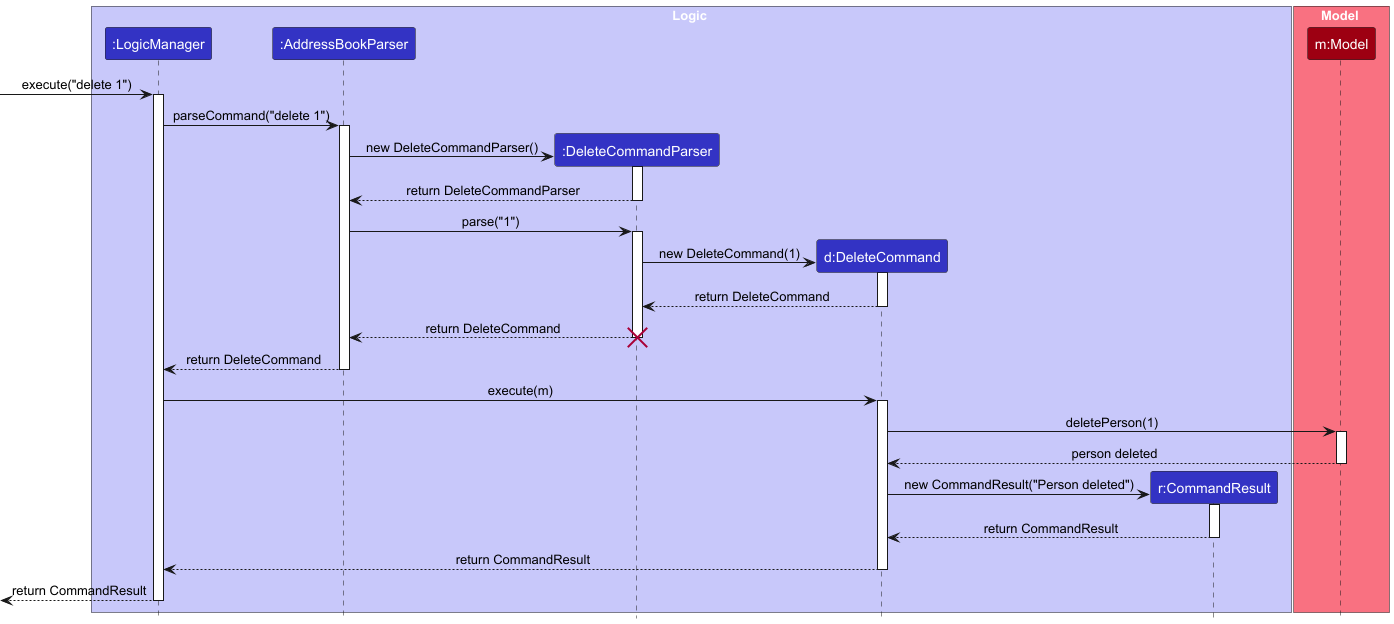
The PlantUML diagram docs/images/DeleteSequenceDiagram.png in carineang/tp, before a commit.
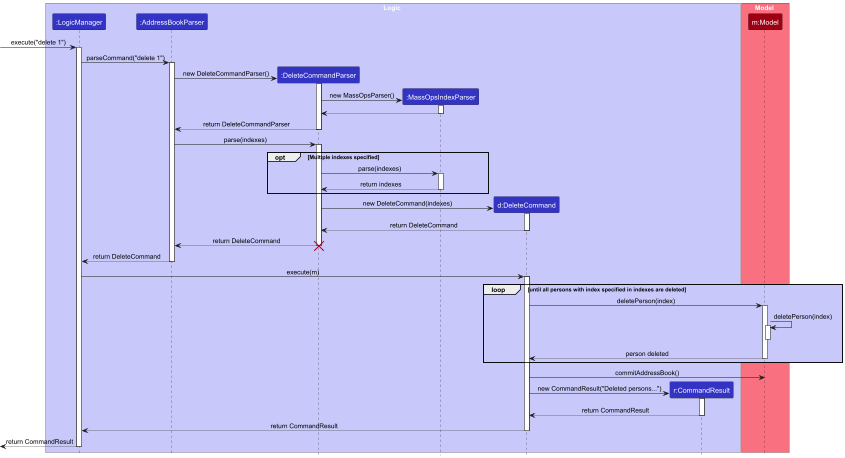
Above is the later version.

Commit message:
Update delete and command history seq diagrams

What changed in the source:
```diff
@@ -6,6 +6,7 @@
 participant ":LogicManager" as LogicManager LOGIC_COLOR
 participant ":AddressBookParser" as AddressBookParser LOGIC_COLOR
 participant ":DeleteCommandParser" as DeleteCommandParser LOGIC_COLOR
+participant ":MassOpsIndexParser" as MassOpsParser LOGIC_COLOR
 participant "d:DeleteCommand" as DeleteCommand LOGIC_COLOR
 participant "r:CommandResult" as CommandResult LOGIC_COLOR
 end box
@@ -24,14 +25,31 @@
 AddressBookParser -> DeleteCommandParser : new DeleteCommandParser()
 activate DeleteCommandParser
 
+create MassOpsParser
+DeleteCommandParser -> MassOpsParser : new MassOpsParser()
+activate MassOpsParser
+
+MassOpsParser --> DeleteCommandParser
+deactivate MassOpsParser
+
 DeleteCommandParser --> AddressBookParser : return DeleteCommandParser
 deactivate DeleteCommandParser
 
-AddressBookParser -> DeleteCommandParser : parse("1")
+AddressBookParser -> DeleteCommandParser : parse(indexes)
 activate DeleteCommandParser
 
+opt LOGIC_COLOR_T1 Multiple indexes specified
+
+DeleteCommandParser -> MassOpsParser : parse(indexes)
+activate MassOpsParser
+
+MassOpsParser --> DeleteCommandParser : return indexes
+deactivate MassOpsParser
+
+end
+
 create DeleteCommand
-DeleteCommandParser -> DeleteCommand : new DeleteCommand(1)
+DeleteCommandParser -> DeleteCommand : new DeleteCommand(indexes)
 activate DeleteCommand
 
 DeleteCommand --> DeleteCommandParser : return DeleteCommand
@@ -47,14 +65,26 @@
 LogicManager -> DeleteCommand : execute(m)
 activate DeleteCommand
 
-DeleteCommand -> Model : deletePerson(1)
+
+
+loop LOGIC_COLOR_T1 until all persons with index specified in indexes are deleted
+
+DeleteCommand -> Model : deletePerson(index)
 activate Model
+
+Model -> Model : deletePerson(index)
+activate Model
+deactivate Model
 
 Model --> DeleteCommand : person deleted
 deactivate Model
 
+end
+
+DeleteCommand -> Model : commitAddressBook()
+
 create CommandResult
-DeleteCommand -> CommandResult : new CommandResult("Person deleted")
+DeleteCommand -> CommandResult : new CommandResult("Deleted persons...")
 activate CommandResult
 
 CommandResult --> DeleteCommand : return CommandResult
```
